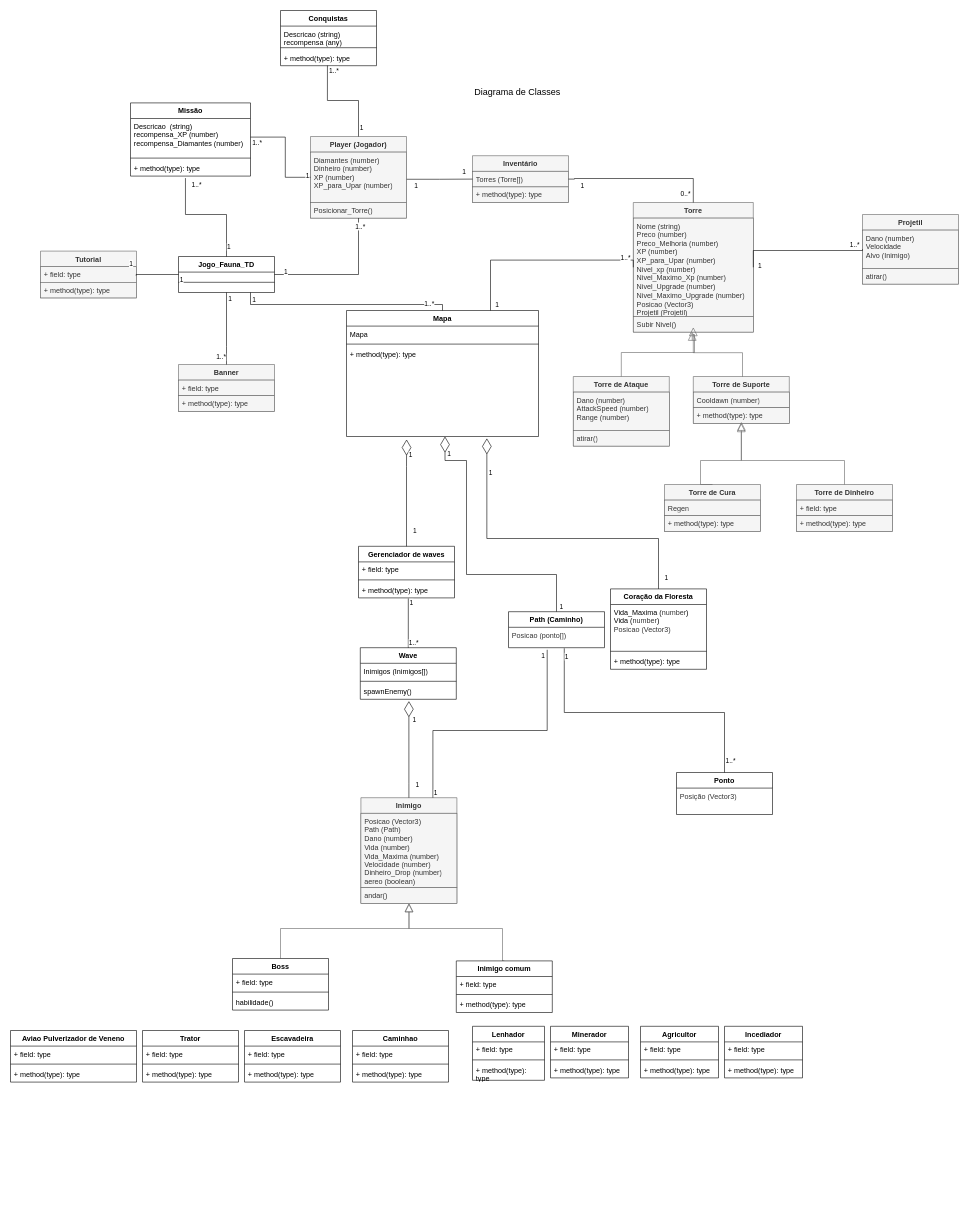
DEV-0ne-Jao/Projeto-Integrador keeps this draw.io diagram as Diagrama de Classes.drawio. Above is the earlier version. Source tidied: cells renumbered, new cells numbered last; positions are measured from the earlier drawing's top-left corner, leaving out a move shared by most shapes. Both pictures are drawn from the tidied source at 60%, with x=0, y=0 at pixel (10, 10).
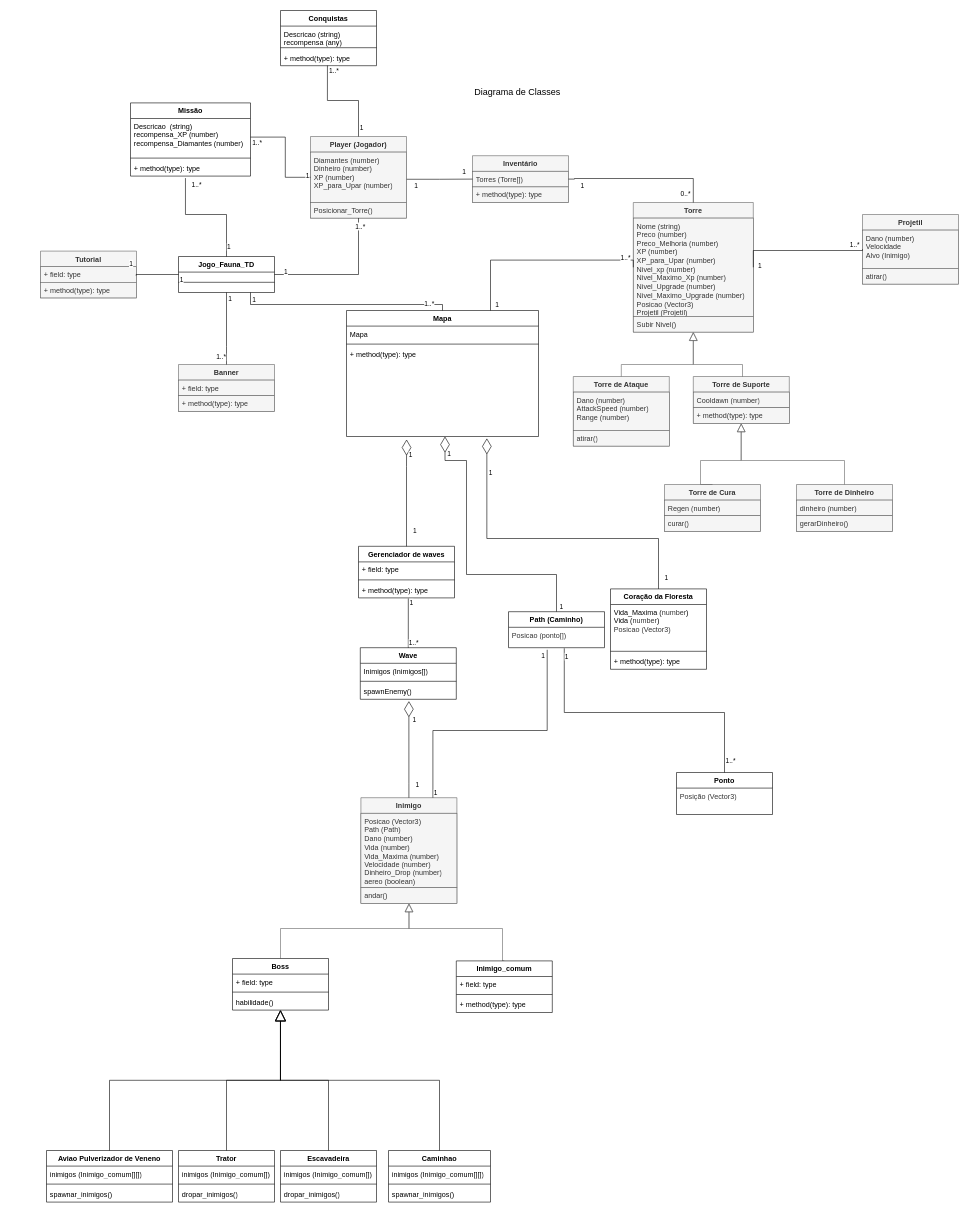
After the change.

Unchanged cells that the change refers to:
```xml
<mxCell id="17" value="Torre" style="swimlane;fontStyle=1;align=center;verticalAlign=top;horizontal=1;startSize=26;whiteSpace=wrap;html=1;noLabel=0;portConstraint=none;shadow=0;fillColor=#f5f5f5;fontColor=#333333;strokeColor=#666666;" parent="1" vertex="1">
  <mxGeometry x="1038" y="320" width="200" height="216" as="geometry" />
</mxCell>
<mxCell id="19" value="Subir Nivel()" style="text;strokeColor=#666666;fillColor=#f5f5f5;align=left;verticalAlign=top;spacingLeft=4;spacingRight=4;overflow=hidden;points=[[0,0.5],[1,0.5]];portConstraint=none;whiteSpace=wrap;html=1;noLabel=0;shadow=0;fontColor=#333333;" parent="17" vertex="1">
  <mxGeometry y="190" width="200" height="26" as="geometry" />
</mxCell>
<mxCell id="20" value="Torre de Ataque" style="swimlane;fontStyle=1;align=center;verticalAlign=top;horizontal=1;startSize=26;whiteSpace=wrap;html=1;fillColor=#f5f5f5;fontColor=#333333;strokeColor=#666666;" parent="1" vertex="1">
  <mxGeometry x="938" y="610" width="160" height="116" as="geometry" />
</mxCell>
<mxCell id="24" value="Torre de Suporte" style="swimlane;fontStyle=1;align=center;verticalAlign=top;horizontal=1;startSize=26;whiteSpace=wrap;html=1;fillColor=#f5f5f5;fontColor=#333333;strokeColor=#666666;" parent="1" vertex="1">
  <mxGeometry x="1138" y="610" width="160" height="78" as="geometry" />
</mxCell>
<mxCell id="26" value="+ method(type): type" style="text;strokeColor=#666666;fillColor=#f5f5f5;align=left;verticalAlign=top;spacingLeft=4;spacingRight=4;overflow=hidden;points=[[0,0.5],[1,0.5]];portConstraint=eastwest;whiteSpace=wrap;html=1;fontColor=#333333;" parent="24" vertex="1">
  <mxGeometry y="52" width="160" height="26" as="geometry" />
</mxCell>
<mxCell id="27" value="Torre de Cura" style="swimlane;fontStyle=1;align=center;verticalAlign=top;horizontal=1;startSize=26;whiteSpace=wrap;html=1;fillColor=#f5f5f5;fontColor=#333333;strokeColor=#666666;" parent="1" vertex="1">
  <mxGeometry x="1090" y="790" width="160" height="78" as="geometry" />
</mxCell>
<mxCell id="30" value="Torre de Dinheiro" style="swimlane;fontStyle=1;align=center;verticalAlign=top;horizontal=1;startSize=26;whiteSpace=wrap;html=1;fillColor=#f5f5f5;fontColor=#333333;strokeColor=#666666;" parent="1" vertex="1">
  <mxGeometry x="1310" y="790" width="160" height="78" as="geometry" />
</mxCell>
<mxCell id="96" value="Boss" style="swimlane;fontStyle=1;align=center;verticalAlign=top;horizontal=1;startSize=26;whiteSpace=wrap;html=1;" parent="1" vertex="1">
  <mxGeometry x="370" y="1580" width="160" height="86" as="geometry" />
</mxCell>
<mxCell id="99" value="habilidade()" style="text;strokeColor=none;fillColor=none;align=left;verticalAlign=top;spacingLeft=4;spacingRight=4;overflow=hidden;points=[[0,0.5],[1,0.5]];portConstraint=eastwest;whiteSpace=wrap;html=1;" parent="96" vertex="1">
  <mxGeometry y="60" width="160" height="26" as="geometry" />
</mxCell>
```

What changed in the source:
```diff
@@
-    <mxCell id="23" style="edgeStyle=orthogonalEdgeStyle;html=1;endSize=12;endArrow=block;endFill=0;rounded=0;exitX=0.5;exitY=0;exitDx=0;exitDy=0;entryX=0.491;entryY=0.988;entryDx=0;entryDy=0;entryPerimeter=0;fillColor=#f5f5f5;strokeColor=#666666;" parent="1" edge="1" source="20" target="19">
+    <mxCell id="23" style="edgeStyle=orthogonalEdgeStyle;html=1;endSize=12;endArrow=block;endFill=0;rounded=0;exitX=0.5;exitY=0;exitDx=0;exitDy=0;fillColor=#f5f5f5;strokeColor=#666666;entryX=0.5;entryY=0.998;entryDx=0;entryDy=0;entryPerimeter=0;" parent="1" edge="1" source="20" target="19">
       <mxGeometry relative="1" as="geometry">
         <Array as="points">
-          <mxPoint x="1018" y="570" />
-          <mxPoint x="1140" y="570" />
-          <mxPoint x="1140" y="540" />
-          <mxPoint x="1136" y="540" />
+          <mxPoint x="1018" y="590" />
+          <mxPoint x="1138" y="590" />
         </Array>
       </mxGeometry>
     </mxCell>
@@
-    <mxCell id="28" value="Regen" style="text;strokeColor=#666666;fillColor=#f5f5f5;align=left;verticalAlign=top;spacingLeft=4;spacingRight=4;overflow=hidden;whiteSpace=wrap;html=1;fontColor=#333333;" parent="27" vertex="1">
+    <mxCell id="28" value="Regen (number)" style="text;strokeColor=#666666;fillColor=#f5f5f5;align=left;verticalAlign=top;spacingLeft=4;spacingRight=4;overflow=hidden;whiteSpace=wrap;html=1;fontColor=#333333;" parent="27" vertex="1">
       <mxGeometry y="26" width="160" height="26" as="geometry" />
     </mxCell>
-    <mxCell id="29" value="+ method(type): type" style="text;strokeColor=#666666;fillColor=#f5f5f5;align=left;verticalAlign=top;spacingLeft=4;spacingRight=4;overflow=hidden;whiteSpace=wrap;html=1;fontColor=#333333;" parent="27" vertex="1">
+    <mxCell id="29" value="curar()" style="text;strokeColor=#666666;fillColor=#f5f5f5;align=left;verticalAlign=top;spacingLeft=4;spacingRight=4;overflow=hidden;whiteSpace=wrap;html=1;fontColor=#333333;" parent="27" vertex="1">
       <mxGeometry y="52" width="160" height="26" as="geometry" />
     </mxCell>
@@
-    <mxCell id="31" value="+ field: type" style="text;strokeColor=#666666;fillColor=#f5f5f5;align=left;verticalAlign=top;spacingLeft=4;spacingRight=4;overflow=hidden;whiteSpace=wrap;html=1;fontColor=#333333;" parent="30" vertex="1">
+    <mxCell id="31" value="dinheiro (number)" style="text;strokeColor=#666666;fillColor=#f5f5f5;align=left;verticalAlign=top;spacingLeft=4;spacingRight=4;overflow=hidden;whiteSpace=wrap;html=1;fontColor=#333333;" parent="30" vertex="1">
       <mxGeometry y="26" width="160" height="26" as="geometry" />
     </mxCell>
-    <mxCell id="32" value="+ method(type): type" style="text;strokeColor=#666666;fillColor=#f5f5f5;align=left;verticalAlign=top;spacingLeft=4;spacingRight=4;overflow=hidden;whiteSpace=wrap;html=1;fontColor=#333333;" parent="30" vertex="1">
+    <mxCell id="32" value="gerarDinheiro()" style="text;strokeColor=#666666;fillColor=#f5f5f5;align=left;verticalAlign=top;spacingLeft=4;spacingRight=4;overflow=hidden;whiteSpace=wrap;html=1;fontColor=#333333;" parent="30" vertex="1">
       <mxGeometry y="52" width="160" height="26" as="geometry" />
     </mxCell>
-    <mxCell id="33" style="html=1;endSize=12;endArrow=block;endFill=0;rounded=0;edgeStyle=orthogonalEdgeStyle;entryX=0.501;entryY=0.914;entryDx=0;entryDy=0;exitX=0.5;exitY=0;exitDx=0;exitDy=0;fillColor=#f5f5f5;strokeColor=#666666;entryPerimeter=0;" parent="1" edge="1" source="27" target="26">
+    <mxCell id="33" style="html=1;endSize=12;endArrow=block;endFill=0;rounded=0;edgeStyle=orthogonalEdgeStyle;exitX=0.5;exitY=0;exitDx=0;exitDy=0;fillColor=#f5f5f5;strokeColor=#666666;entryX=0.499;entryY=1;entryDx=0;entryDy=0;entryPerimeter=0;" parent="1" edge="1" source="27" target="26">
       <mxGeometry relative="1" as="geometry">
         <Array as="points">
           <mxPoint x="1150" y="790" />
           <mxPoint x="1150" y="750" />
           <mxPoint x="1218" y="750" />
         </Array>
       </mxGeometry>
     </mxCell>
-    <mxCell id="34" style="html=1;endSize=12;endArrow=block;endFill=0;rounded=0;edgeStyle=orthogonalEdgeStyle;exitX=0.5;exitY=0;exitDx=0;exitDy=0;entryX=0.5;entryY=1;entryDx=0;entryDy=0;fillColor=#f5f5f5;strokeColor=#666666;" parent="1" edge="1" source="30" target="24">
+    <mxCell id="34" style="html=1;endSize=12;endArrow=block;endFill=0;rounded=0;edgeStyle=orthogonalEdgeStyle;exitX=0.5;exitY=0;exitDx=0;exitDy=0;fillColor=#f5f5f5;strokeColor=#666666;entryX=0.499;entryY=1.004;entryDx=0;entryDy=0;entryPerimeter=0;" parent="1" edge="1" source="30" target="26">
       <mxGeometry relative="1" as="geometry">
         <Array as="points">
           <mxPoint x="1390" y="750" />
           <mxPoint x="1218" y="750" />
         </Array>
       </mxGeometry>
     </mxCell>
@@
-    <mxCell id="76" style="edgeStyle=orthogonalEdgeStyle;html=1;endSize=12;endArrow=block;endFill=0;rounded=0;exitX=0.5;exitY=0;exitDx=0;exitDy=0;fillColor=#f5f5f5;strokeColor=#666666;entryX=0.49;entryY=0.987;entryDx=0;entryDy=0;entryPerimeter=0;" parent="1" edge="1">
+    <mxCell id="76" style="edgeStyle=orthogonalEdgeStyle;html=1;endSize=12;endArrow=block;endFill=0;rounded=0;exitX=0.5;exitY=0;exitDx=0;exitDy=0;fillColor=#f5f5f5;strokeColor=#666666;entryX=0.5;entryY=1;entryDx=0;entryDy=0;" parent="1" edge="1" target="17">
       <mxGeometry relative="1" as="geometry">
         <mxPoint x="1220" y="610.3" as="sourcePoint" />
-        <mxPoint x="1138" y="528" as="targetPoint" />
         <Array as="points">
-          <mxPoint x="1220" y="570.3" />
-          <mxPoint x="1138" y="570.3" />
+          <mxPoint x="1220" y="590" />
+          <mxPoint x="1138" y="590" />
         </Array>
       </mxGeometry>
     </mxCell>
@@
-    <mxCell id="88" value="Lenhador" style="swimlane;fontStyle=1;align=center;verticalAlign=top;horizontal=1;startSize=26;whiteSpace=wrap;html=1;" parent="1" vertex="1">
-      <mxGeometry x="770" y="1693" width="120" height="90" as="geometry" />
-    </mxCell>
-    <mxCell id="89" value="+ field: type" style="text;strokeColor=none;fillColor=none;align=left;verticalAlign=top;spacingLeft=4;spacingRight=4;overflow=hidden;whiteSpace=wrap;html=1;" parent="88" vertex="1">
-      <mxGeometry y="26" width="120" height="26" as="geometry" />
-    </mxCell>
-    <mxCell id="90" style="line;strokeWidth=1;fillColor=none;align=left;verticalAlign=middle;spacingTop=-1;spacingLeft=3;spacingRight=3;labelPosition=right;strokeColor=inherit;" parent="88" vertex="1">
-      <mxGeometry y="52" width="120" height="8" as="geometry" />
-    </mxCell>
-    <mxCell id="91" value="+ method(type): type" style="text;strokeColor=none;fillColor=none;align=left;verticalAlign=top;spacingLeft=4;spacingRight=4;overflow=hidden;whiteSpace=wrap;html=1;" parent="88" vertex="1">
-      <mxGeometry y="60" width="120" height="30" as="geometry" />
-    </mxCell>
     <mxCell id="92" value="Trator" style="swimlane;fontStyle=1;align=center;verticalAlign=top;horizontal=1;startSize=26;whiteSpace=wrap;html=1;" parent="1" vertex="1">
-      <mxGeometry x="220" y="1700" width="160" height="86" as="geometry" />
+      <mxGeometry x="280" y="1900" width="160" height="86" as="geometry" />
     </mxCell>
-    <mxCell id="93" value="+ field: type" style="text;strokeColor=none;fillColor=none;align=left;verticalAlign=top;spacingLeft=4;spacingRight=4;overflow=hidden;whiteSpace=wrap;html=1;" parent="92" vertex="1">
+    <mxCell id="93" value="inimigos (Inimigo_comum[])" style="text;strokeColor=none;fillColor=none;align=left;verticalAlign=top;spacingLeft=4;spacingRight=4;overflow=hidden;whiteSpace=wrap;html=1;" parent="92" vertex="1">
       <mxGeometry y="26" width="160" height="26" as="geometry" />
     </mxCell>
@@
-    <mxCell id="95" value="+ method(type): type" style="text;strokeColor=none;fillColor=none;align=left;verticalAlign=top;spacingLeft=4;spacingRight=4;overflow=hidden;whiteSpace=wrap;html=1;" parent="92" vertex="1">
+    <mxCell id="95" value="dropar_inimigos()" style="text;strokeColor=none;fillColor=none;align=left;verticalAlign=top;spacingLeft=4;spacingRight=4;overflow=hidden;whiteSpace=wrap;html=1;" parent="92" vertex="1">
       <mxGeometry y="60" width="160" height="26" as="geometry" />
     </mxCell>
@@
     <mxCell id="100" value="Escavadeira" style="swimlane;fontStyle=1;align=center;verticalAlign=top;horizontal=1;startSize=26;whiteSpace=wrap;html=1;" parent="1" vertex="1">
-      <mxGeometry x="390" y="1700" width="160" height="86" as="geometry" />
+      <mxGeometry x="450" y="1900" width="160" height="86" as="geometry" />
     </mxCell>
-    <mxCell id="101" value="+ field: type" style="text;strokeColor=none;fillColor=none;align=left;verticalAlign=top;spacingLeft=4;spacingRight=4;overflow=hidden;whiteSpace=wrap;html=1;" parent="100" vertex="1">
+    <mxCell id="101" value="inimigos (Inimigo_comum[])" style="text;strokeColor=none;fillColor=none;align=left;verticalAlign=top;spacingLeft=4;spacingRight=4;overflow=hidden;whiteSpace=wrap;html=1;" parent="100" vertex="1">
       <mxGeometry y="26" width="160" height="26" as="geometry" />
     </mxCell>
@@
-    <mxCell id="103" value="+ method(type): type" style="text;strokeColor=none;fillColor=none;align=left;verticalAlign=top;spacingLeft=4;spacingRight=4;overflow=hidden;whiteSpace=wrap;html=1;" parent="100" vertex="1">
+    <mxCell id="103" value="dropar_inimigos()" style="text;strokeColor=none;fillColor=none;align=left;verticalAlign=top;spacingLeft=4;spacingRight=4;overflow=hidden;whiteSpace=wrap;html=1;" parent="100" vertex="1">
       <mxGeometry y="60" width="160" height="26" as="geometry" />
     </mxCell>
     <mxCell id="104" value="Aviao Pulverizador de Veneno" style="swimlane;fontStyle=1;align=center;verticalAlign=top;horizontal=1;startSize=26;whiteSpace=wrap;html=1;" parent="1" vertex="1">
-      <mxGeometry y="1700" width="210" height="86" as="geometry" />
+      <mxGeometry x="60" y="1900" width="210" height="86" as="geometry" />
     </mxCell>
-    <mxCell id="105" value="+ field: type" style="text;strokeColor=none;fillColor=none;align=left;verticalAlign=top;spacingLeft=4;spacingRight=4;overflow=hidden;whiteSpace=wrap;html=1;" parent="104" vertex="1">
+    <mxCell id="105" value="inimigos (Inimigo_comum[][])" style="text;strokeColor=none;fillColor=none;align=left;verticalAlign=top;spacingLeft=4;spacingRight=4;overflow=hidden;whiteSpace=wrap;html=1;" parent="104" vertex="1">
       <mxGeometry y="26" width="210" height="26" as="geometry" />
     </mxCell>
@@
-    <mxCell id="107" value="+ method(type): type" style="text;strokeColor=none;fillColor=none;align=left;verticalAlign=top;spacingLeft=4;spacingRight=4;overflow=hidden;whiteSpace=wrap;html=1;" parent="104" vertex="1">
+    <mxCell id="107" value="spawnar_inimigos()" style="text;strokeColor=none;fillColor=none;align=left;verticalAlign=top;spacingLeft=4;spacingRight=4;overflow=hidden;whiteSpace=wrap;html=1;" parent="104" vertex="1">
       <mxGeometry y="60" width="210" height="26" as="geometry" />
     </mxCell>
-    <mxCell id="108" value="Minerador" style="swimlane;fontStyle=1;align=center;verticalAlign=top;horizontal=1;startSize=26;whiteSpace=wrap;html=1;" parent="1" vertex="1">
-      <mxGeometry x="900" y="1693" width="130" height="86" as="geometry" />
-    </mxCell>
-    <mxCell id="109" value="+ field: type" style="text;strokeColor=none;fillColor=none;align=left;verticalAlign=top;spacingLeft=4;spacingRight=4;overflow=hidden;whiteSpace=wrap;html=1;" parent="108" vertex="1">
-      <mxGeometry y="26" width="130" height="26" as="geometry" />
-    </mxCell>
-    <mxCell id="110" style="line;strokeWidth=1;fillColor=none;align=left;verticalAlign=middle;spacingTop=-1;spacingLeft=3;spacingRight=3;labelPosition=right;strokeColor=inherit;" parent="108" vertex="1">
-      <mxGeometry y="52" width="130" height="8" as="geometry" />
-    </mxCell>
-    <mxCell id="111" value="+ method(type): type" style="text;strokeColor=none;fillColor=none;align=left;verticalAlign=top;spacingLeft=4;spacingRight=4;overflow=hidden;whiteSpace=wrap;html=1;" parent="108" vertex="1">
-      <mxGeometry y="60" width="130" height="26" as="geometry" />
-    </mxCell>
-    <mxCell id="112" value="Agricultor" style="swimlane;fontStyle=1;align=center;verticalAlign=top;horizontal=1;startSize=26;whiteSpace=wrap;html=1;" parent="1" vertex="1">
-      <mxGeometry x="1050" y="1693" width="130" height="86" as="geometry" />
-    </mxCell>
-    <mxCell id="113" value="+ field: type" style="text;strokeColor=none;fillColor=none;align=left;verticalAlign=top;spacingLeft=4;spacingRight=4;overflow=hidden;whiteSpace=wrap;html=1;" parent="112" vertex="1">
-      <mxGeometry y="26" width="130" height="26" as="geometry" />
-    </mxCell>
-    <mxCell id="114" style="line;strokeWidth=1;fillColor=none;align=left;verticalAlign=middle;spacingTop=-1;spacingLeft=3;spacingRight=3;labelPosition=right;strokeColor=inherit;" parent="112" vertex="1">
-      <mxGeometry y="52" width="130" height="8" as="geometry" />
-    </mxCell>
-    <mxCell id="115" value="+ method(type): type" style="text;strokeColor=none;fillColor=none;align=left;verticalAlign=top;spacingLeft=4;spacingRight=4;overflow=hidden;whiteSpace=wrap;html=1;" parent="112" vertex="1">
-      <mxGeometry y="60" width="130" height="26" as="geometry" />
-    </mxCell>
-    <mxCell id="116" value="Incediador" style="swimlane;fontStyle=1;align=center;verticalAlign=top;horizontal=1;startSize=26;whiteSpace=wrap;html=1;" parent="1" vertex="1">
-      <mxGeometry x="1190" y="1693" width="130" height="86" as="geometry" />
-    </mxCell>
-    <mxCell id="117" value="+ field: type" style="text;strokeColor=none;fillColor=none;align=left;verticalAlign=top;spacingLeft=4;spacingRight=4;overflow=hidden;whiteSpace=wrap;html=1;" parent="116" vertex="1">
-      <mxGeometry y="26" width="130" height="26" as="geometry" />
-    </mxCell>
-    <mxCell id="118" style="line;strokeWidth=1;fillColor=none;align=left;verticalAlign=middle;spacingTop=-1;spacingLeft=3;spacingRight=3;labelPosition=right;strokeColor=inherit;" parent="116" vertex="1">
-      <mxGeometry y="52" width="130" height="8" as="geometry" />
-    </mxCell>
-    <mxCell id="119" value="+ method(type): type" style="text;strokeColor=none;fillColor=none;align=left;verticalAlign=top;spacingLeft=4;spacingRight=4;overflow=hidden;whiteSpace=wrap;html=1;" parent="116" vertex="1">
-      <mxGeometry y="60" width="130" height="26" as="geometry" />
-    </mxCell>
     <mxCell id="120" value="Caminhao" style="swimlane;fontStyle=1;align=center;verticalAlign=top;horizontal=1;startSize=26;whiteSpace=wrap;html=1;" parent="1" vertex="1">
-      <mxGeometry x="570" y="1700" width="160" height="86" as="geometry" />
+      <mxGeometry x="630" y="1900" width="170" height="86" as="geometry" />
     </mxCell>
-    <mxCell id="121" value="+ field: type" style="text;strokeColor=none;fillColor=none;align=left;verticalAlign=top;spacingLeft=4;spacingRight=4;overflow=hidden;whiteSpace=wrap;html=1;" parent="120" vertex="1">
-      <mxGeometry y="26" width="160" height="26" as="geometry" />
+    <mxCell id="121" value="inimigos (Inimigo_comum[][])" style="text;strokeColor=none;fillColor=none;align=left;verticalAlign=top;spacingLeft=4;spacingRight=4;overflow=hidden;whiteSpace=wrap;html=1;" parent="120" vertex="1">
+      <mxGeometry y="26" width="170" height="26" as="geometry" />
     </mxCell>
     <mxCell id="122" style="line;strokeWidth=1;fillColor=none;align=left;verticalAlign=middle;spacingTop=-1;spacingLeft=3;spacingRight=3;labelPosition=right;strokeColor=inherit;" parent="120" vertex="1">
-      <mxGeometry y="52" width="160" height="8" as="geometry" />
+      <mxGeometry y="52" width="170" height="8" as="geometry" />
     </mxCell>
-    <mxCell id="123" value="+ method(type): type" style="text;strokeColor=none;fillColor=none;align=left;verticalAlign=top;spacingLeft=4;spacingRight=4;overflow=hidden;whiteSpace=wrap;html=1;" parent="120" vertex="1">
-      <mxGeometry y="60" width="160" height="26" as="geometry" />
+    <mxCell id="123" value="spawnar_inimigos()" style="text;strokeColor=none;fillColor=none;align=left;verticalAlign=top;spacingLeft=4;spacingRight=4;overflow=hidden;whiteSpace=wrap;html=1;" parent="120" vertex="1">
+      <mxGeometry y="60" width="170" height="26" as="geometry" />
     </mxCell>
-    <mxCell id="124" value="Inimigo comum" style="swimlane;fontStyle=1;align=center;verticalAlign=top;horizontal=1;startSize=26;whiteSpace=wrap;html=1;" parent="1" vertex="1">
+    <mxCell id="124" value="Inimigo_&lt;span style=&quot;background-color: transparent; color: light-dark(rgb(0, 0, 0), rgb(255, 255, 255));&quot;&gt;comum&lt;/span&gt;" style="swimlane;fontStyle=1;align=center;verticalAlign=top;horizontal=1;startSize=26;whiteSpace=wrap;html=1;" parent="1" vertex="1">
       <mxGeometry x="743" y="1584" width="160" height="86" as="geometry" />
     </mxCell>
@@
+    <mxCell id="166" style="endArrow=block;endSize=16;endFill=0;html=1;rounded=0;exitX=0.5;exitY=0;exitDx=0;exitDy=0;edgeStyle=orthogonalEdgeStyle;entryX=0.5;entryY=1;entryDx=0;entryDy=0;" parent="1" edge="1" source="104" target="96">
+      <mxGeometry relative="1" as="geometry" />
+    </mxCell>
+    <mxCell id="167" style="endArrow=block;endSize=16;endFill=0;html=1;rounded=0;exitX=0.5;exitY=0;exitDx=0;exitDy=0;edgeStyle=orthogonalEdgeStyle;entryX=0.5;entryY=1.005;entryDx=0;entryDy=0;entryPerimeter=0;" parent="1" edge="1" source="92" target="99">
+      <mxGeometry relative="1" as="geometry" />
+    </mxCell>
+    <mxCell id="168" style="endArrow=block;endSize=16;endFill=0;html=1;rounded=0;exitX=0.5;exitY=0;exitDx=0;exitDy=0;edgeStyle=orthogonalEdgeStyle;entryX=0.5;entryY=1;entryDx=0;entryDy=0;entryPerimeter=0;" parent="1" edge="1" source="100" target="99">
+      <mxGeometry relative="1" as="geometry" />
+    </mxCell>
+    <mxCell id="169" style="endArrow=block;endSize=16;endFill=0;html=1;rounded=0;exitX=0.5;exitY=0;exitDx=0;exitDy=0;edgeStyle=orthogonalEdgeStyle;entryX=0.499;entryY=1.005;entryDx=0;entryDy=0;entryPerimeter=0;" parent="1" edge="1" source="120" target="99">
+      <mxGeometry relative="1" as="geometry" />
+    </mxCell>
```
